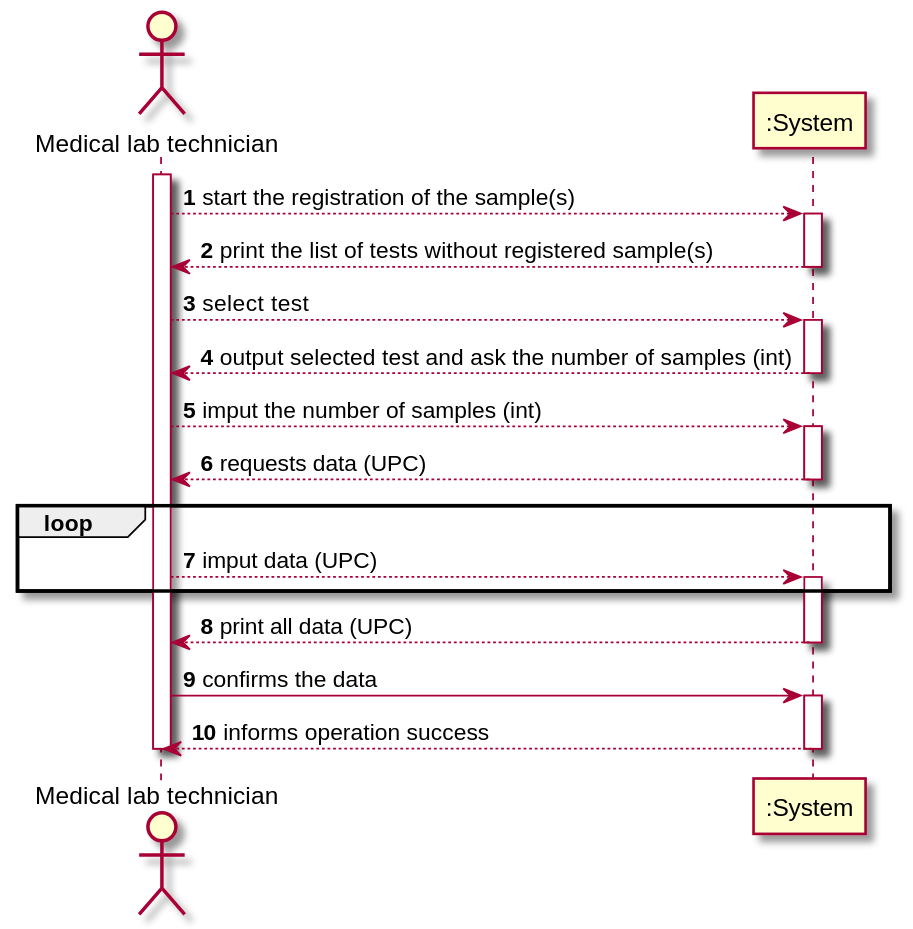
GuilhermeCunha79/lapr2 keeps this PlantUML diagram as docs/SprintC/US5/UC5_SSD.svg. Above is the earlier version. Source of this version:
```plantuml
@startuml

autonumber
actor "Medical lab technician" as Mlt

activate Mlt
Mlt--> ":System" : start the registration of the sample(s)
activate ":System"
":System"--> Mlt : print the list of tests without registered sample(s)
deactivate ":System"
Mlt --> ":System" : select test
activate ":System"
":System"--> Mlt : output selected test and ask the number of samples (int)
deactivate ":System"
Mlt --> ":System" : imput the number of samples (int)
activate ":System"
":System" --> Mlt : requests data (UPC)
loop
deactivate ":System"
Mlt --> ":System" : imput data (UPC)
activate ":System"
end
":System" --> Mlt : print all data (UPC)
deactivate ":System"
Mlt -> ":System" : confirms the data
activate ":System"
":System" --> Mlt : informs operation success
deactivate ":System"

deactivate Mlt
@enduml
```
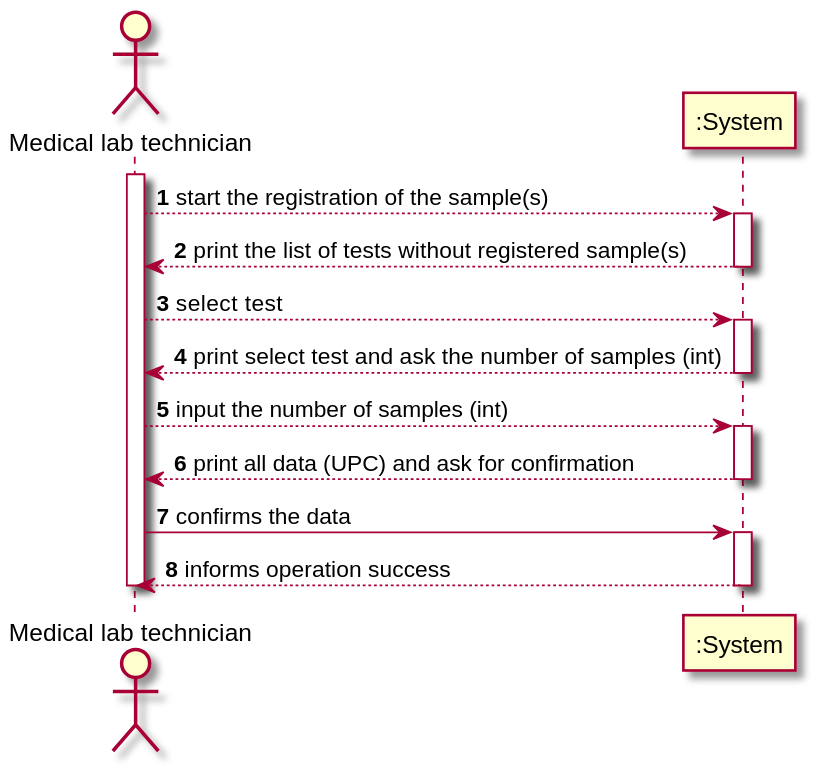
Above is the later version.

Change to the diagram source:
```diff
@@ -10,19 +10,13 @@
 deactivate ":System"
 Mlt --> ":System" : select test
 activate ":System"
-":System"--> Mlt : output selected test and ask the number of samples (int)
+":System"--> Mlt : print select test and ask the number of samples (int)
 deactivate ":System"
-Mlt --> ":System" : imput the number of samples (int)
+Mlt --> ":System" : input the number of samples (int)
 activate ":System"
-":System" --> Mlt : requests data (UPC)
-loop
+":System" --> Mlt : print all data (UPC) and ask for confirmation
 deactivate ":System"
-Mlt --> ":System" : imput data (UPC)
-activate ":System"
-end
-":System" --> Mlt : print all data (UPC)
-deactivate ":System"
-Mlt -> ":System" : confirms the data
+Mlt -> ":System" :  confirms the data
 activate ":System"
 ":System" --> Mlt : informs operation success
 deactivate ":System"
```
